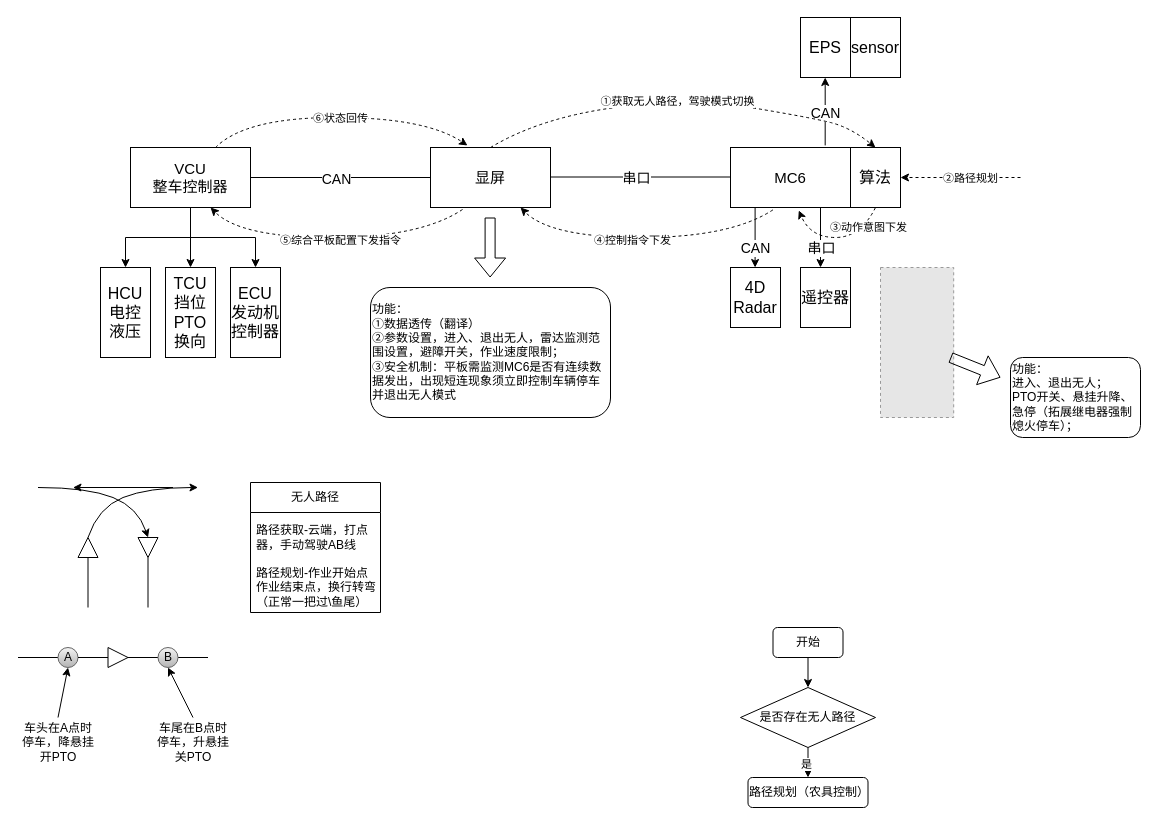
Before: unis_常发.drawio in Hanye1108/drawio, a draw.io diagram. Source tidied: cells renumbered, new cells numbered last; positions are measured from the earlier drawing's top-left corner, leaving out a move shared by most shapes. Both pictures are drawn from the tidied source at 100%, with x=0, y=0 at pixel (18, 17). Pictures stored in the file or linked from it are replaced by grey dashed boxes.
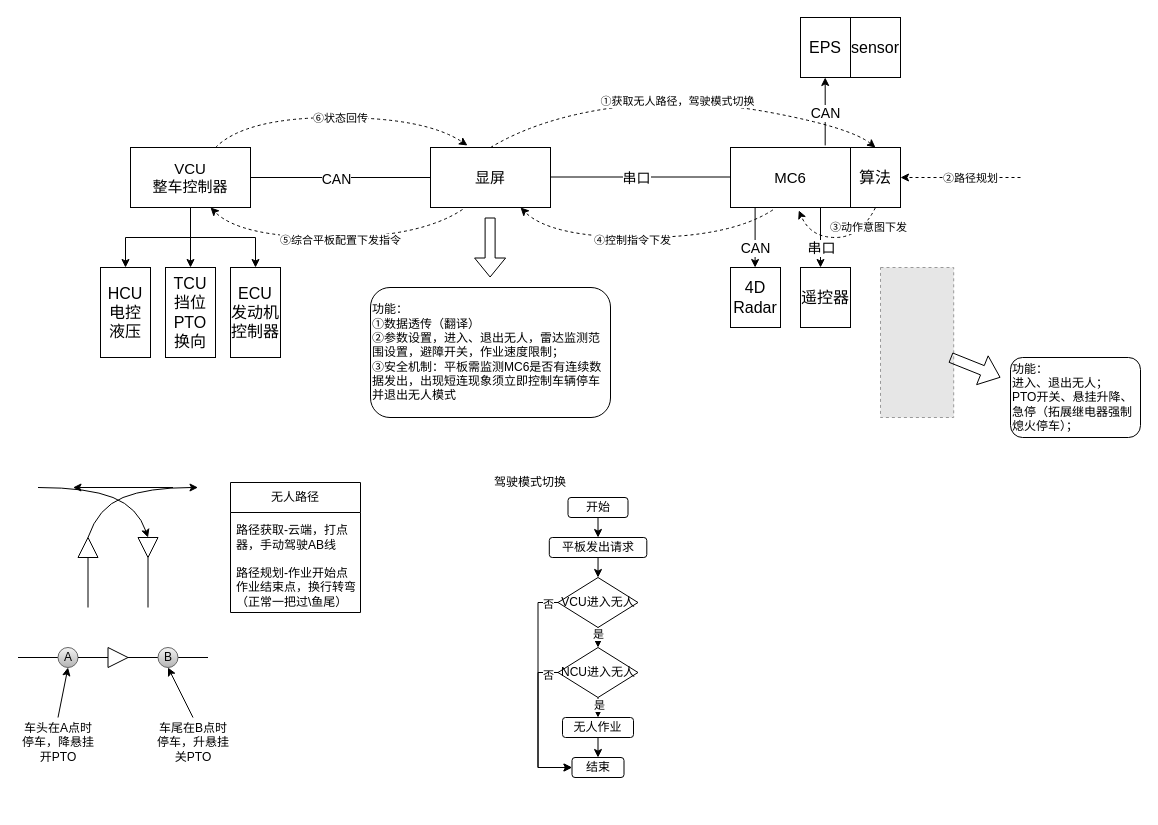
The same page after the edit.

The change refers to these unchanged cells:
```xml
<mxCell id="61" value="&lt;span style=&quot;font-size: 16px;&quot;&gt;算法&lt;/span&gt;" style="rounded=0;whiteSpace=wrap;html=1;" parent="1" vertex="1">
  <mxGeometry x="832" y="130" width="50" height="60" as="geometry" />
</mxCell>
```

Change to the diagram source:
```diff
@@
     <mxCell id="30" value="无人路径" style="swimlane;fontStyle=0;horizontal=1;startSize=30;whiteSpace=wrap;html=1;" parent="1" vertex="1">
-      <mxGeometry x="232" y="465" width="130" height="130" as="geometry" />
+      <mxGeometry x="212" y="465" width="130" height="130" as="geometry" />
     </mxCell>
@@
-    <mxCell id="53" style="edgeStyle=orthogonalEdgeStyle;rounded=0;jettySize=auto;html=1;exitX=0.5;exitY=1;exitDx=0;exitDy=0;entryX=0.5;entryY=0;entryDx=0;entryDy=0;" parent="1" edge="1" source="54" target="57">
-      <mxGeometry relative="1" as="geometry" />
-    </mxCell>
-    <mxCell id="54" value="开始" style="rounded=1;whiteSpace=wrap;html=1;" parent="1" vertex="1">
-      <mxGeometry x="754.5" y="610" width="70" height="30" as="geometry" />
-    </mxCell>
-    <mxCell id="55" style="edgeStyle=orthogonalEdgeStyle;rounded=0;jettySize=auto;html=1;exitX=0.5;exitY=1;exitDx=0;exitDy=0;entryX=0.5;entryY=0;entryDx=0;entryDy=0;" parent="1" edge="1" source="57" target="58">
-      <mxGeometry relative="1" as="geometry" />
-    </mxCell>
-    <mxCell id="56" value="是" style="edgeLabel;html=1;align=center;verticalAlign=middle;" parent="55" vertex="1">
-      <mxGeometry x="0.07" y="-2" relative="1" as="geometry" />
-    </mxCell>
-    <mxCell id="57" value="是否存在无人路径" style="rhombus;whiteSpace=wrap;html=1;" parent="1" vertex="1">
-      <mxGeometry x="722" y="670" width="135" height="60" as="geometry" />
-    </mxCell>
-    <mxCell id="58" value="路径规划（农具控制）" style="rounded=1;whiteSpace=wrap;html=1;" parent="1" vertex="1">
-      <mxGeometry x="729.5" y="760" width="120" height="30" as="geometry" />
-    </mxCell>
     <mxCell id="59" style="curved=1;endArrow=classic;html=1;rounded=0;entryX=0.5;entryY=0;entryDx=0;entryDy=0;dashed=1;" parent="1" edge="1" target="61">
       <mxGeometry relative="1" as="geometry">
         <mxPoint x="472" y="130" as="sourcePoint" />
         <Array as="points">
           <mxPoint x="522" y="100" />
           <mxPoint x="672" y="80" />
-          <mxPoint x="792" y="100" />
           <mxPoint x="832" y="110" />
         </Array>
       </mxGeometry>
     </mxCell>
@@
+    <mxCell id="72" style="edgeStyle=orthogonalEdgeStyle;rounded=0;jettySize=auto;html=1;exitX=0.5;exitY=1;exitDx=0;exitDy=0;entryX=0.5;entryY=0;entryDx=0;entryDy=0;" parent="1" edge="1" source="54" target="80">
+      <mxGeometry relative="1" as="geometry" />
+    </mxCell>
+    <mxCell id="54" value="开始" style="rounded=1;whiteSpace=wrap;html=1;" parent="1" vertex="1">
+      <mxGeometry x="549.5" y="480" width="60" height="20" as="geometry" />
+    </mxCell>
+    <mxCell id="73" value="驾驶模式切换" style="text;html=1;whiteSpace=wrap;strokeColor=none;fillColor=none;align=center;verticalAlign=middle;rounded=0;" parent="1" vertex="1">
+      <mxGeometry x="462" y="450" width="100" height="30" as="geometry" />
+    </mxCell>
+    <mxCell id="74" style="edgeStyle=orthogonalEdgeStyle;rounded=0;jettySize=auto;html=1;exitX=0.5;exitY=1;exitDx=0;exitDy=0;entryX=0.5;entryY=0;entryDx=0;entryDy=0;" parent="1" edge="1" source="78">
+      <mxGeometry relative="1" as="geometry">
+        <mxPoint x="579.5" y="630" as="targetPoint" />
+      </mxGeometry>
+    </mxCell>
+    <mxCell id="75" value="是" style="edgeLabel;html=1;align=center;verticalAlign=middle;" parent="74" vertex="1">
+      <mxGeometry x="-0.44" relative="1" as="geometry" />
+    </mxCell>
+    <mxCell id="76" style="edgeStyle=orthogonalEdgeStyle;rounded=0;jettySize=auto;html=1;exitX=0;exitY=0.5;exitDx=0;exitDy=0;entryX=0;entryY=0.5;entryDx=0;entryDy=0;" parent="1" edge="1" source="78" target="81">
+      <mxGeometry relative="1" as="geometry" />
+    </mxCell>
+    <mxCell id="77" value="否" style="edgeLabel;html=1;align=center;verticalAlign=middle;" parent="76" vertex="1">
+      <mxGeometry x="-0.91" y="1" relative="1" as="geometry" />
+    </mxCell>
+    <mxCell id="78" value="VCU进入无人" style="rhombus;whiteSpace=wrap;html=1;" parent="1" vertex="1">
+      <mxGeometry x="539.5" y="560" width="80" height="50" as="geometry" />
+    </mxCell>
+    <mxCell id="79" style="edgeStyle=orthogonalEdgeStyle;rounded=0;jettySize=auto;html=1;exitX=0.5;exitY=1;exitDx=0;exitDy=0;entryX=0.5;entryY=0;entryDx=0;entryDy=0;" parent="1" edge="1" source="80" target="78">
+      <mxGeometry relative="1" as="geometry" />
+    </mxCell>
+    <mxCell id="80" value="平板发出请求" style="rounded=1;whiteSpace=wrap;html=1;" parent="1" vertex="1">
+      <mxGeometry x="530.8" y="520" width="97.5" height="20" as="geometry" />
+    </mxCell>
+    <mxCell id="81" value="结束" style="rounded=1;whiteSpace=wrap;html=1;" parent="1" vertex="1">
+      <mxGeometry x="553.5" y="740" width="52" height="20" as="geometry" />
+    </mxCell>
+    <mxCell id="82" style="edgeStyle=orthogonalEdgeStyle;rounded=0;jettySize=auto;html=1;exitX=0.5;exitY=1;exitDx=0;exitDy=0;entryX=0.5;entryY=0;entryDx=0;entryDy=0;" parent="1" edge="1" source="86" target="88">
+      <mxGeometry relative="1" as="geometry" />
+    </mxCell>
+    <mxCell id="83" value="是" style="edgeLabel;html=1;align=center;verticalAlign=middle;" parent="82" vertex="1">
+      <mxGeometry x="-0.33" y="1" relative="1" as="geometry" />
+    </mxCell>
+    <mxCell id="84" style="edgeStyle=orthogonalEdgeStyle;rounded=0;jettySize=auto;html=1;exitX=0;exitY=0.5;exitDx=0;exitDy=0;entryX=0;entryY=0.5;entryDx=0;entryDy=0;" parent="1" edge="1" source="86" target="81">
+      <mxGeometry relative="1" as="geometry" />
+    </mxCell>
+    <mxCell id="85" value="否" style="edgeLabel;html=1;align=center;verticalAlign=middle;" parent="84" vertex="1">
+      <mxGeometry x="-0.87" y="2" relative="1" as="geometry" />
+    </mxCell>
+    <mxCell id="86" value="NCU进入无人" style="rhombus;whiteSpace=wrap;html=1;" parent="1" vertex="1">
+      <mxGeometry x="539.5" y="630" width="80" height="50" as="geometry" />
+    </mxCell>
+    <mxCell id="87" style="edgeStyle=orthogonalEdgeStyle;rounded=0;jettySize=auto;html=1;exitX=0.5;exitY=1;exitDx=0;exitDy=0;entryX=0.5;entryY=0;entryDx=0;entryDy=0;" parent="1" edge="1" source="88" target="81">
+      <mxGeometry relative="1" as="geometry" />
+    </mxCell>
+    <mxCell id="88" value="无人作业" style="rounded=1;whiteSpace=wrap;html=1;" parent="1" vertex="1">
+      <mxGeometry x="544" y="700" width="71" height="20" as="geometry" />
+    </mxCell>
```
